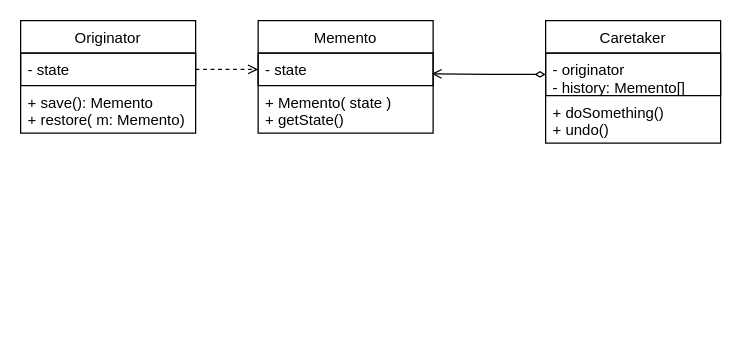
This is avada-media/Patterns/Behavioral/Memento/Memento.drawio from punkAnimeshnik/am-porten.github.io, a draw.io file, before an edit. Source tidied: cells renumbered, new cells numbered last; positions are measured from the earlier drawing's top-left corner, leaving out a move shared by most shapes. Both pictures are drawn from the tidied source at 125%, with x=0, y=0 at pixel (20, 20).
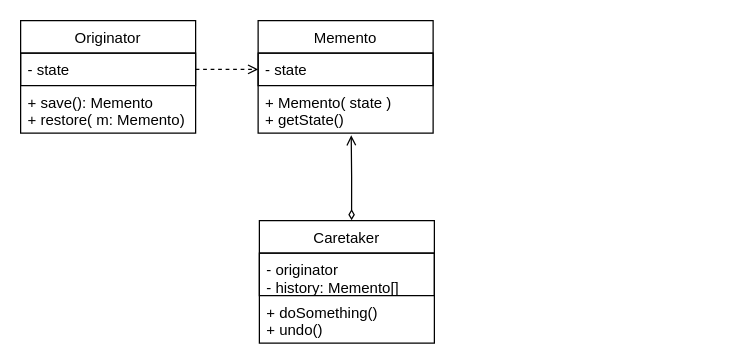
Above is the later version.

Change to the diagram source:
```diff
@@
 <mxGraphModel>
   <root>
     <mxCell id="0" />
     <mxCell id="1" parent="0" />
     <mxCell id="2" value="Originator" style="swimlane;fontStyle=0;horizontal=1;startSize=26;" parent="1" vertex="1">
       <mxGeometry width="140" height="90" as="geometry" />
     </mxCell>
     <mxCell id="3" value="- state" style="text;strokeColor=#000000;fillColor=none;align=left;verticalAlign=top;spacingLeft=4;spacingRight=4;overflow=hidden;points=[[0,0.5],[1,0.5]];portConstraint=eastwest;" parent="2" vertex="1">
       <mxGeometry y="26" width="140" height="26" as="geometry" />
     </mxCell>
     <mxCell id="4" value="+ save(): Memento&#10;+ restore( m: Memento)" style="text;strokeColor=none;fillColor=none;align=left;verticalAlign=top;spacingLeft=4;spacingRight=4;overflow=hidden;" parent="2" vertex="1">
       <mxGeometry y="52" width="140" height="38" as="geometry" />
     </mxCell>
     <mxCell id="5" value="Memento" style="swimlane;fontStyle=0;horizontal=1;startSize=26;" parent="1" vertex="1">
       <mxGeometry x="190" width="140" height="90" as="geometry" />
     </mxCell>
     <mxCell id="6" value="- state" style="text;strokeColor=#000000;fillColor=none;align=left;verticalAlign=top;spacingLeft=4;spacingRight=4;overflow=hidden;points=[[0,0.5],[1,0.5]];portConstraint=eastwest;" parent="5" vertex="1">
       <mxGeometry y="26" width="140" height="26" as="geometry" />
     </mxCell>
     <mxCell id="7" value="+ Memento( state )&#10;+ getState()" style="text;strokeColor=none;fillColor=none;align=left;verticalAlign=top;spacingLeft=4;spacingRight=4;overflow=hidden;points=[[0,0.5],[1,0.5]];portConstraint=eastwest;" parent="5" vertex="1">
       <mxGeometry y="52" width="140" height="38" as="geometry" />
     </mxCell>
     <mxCell id="8" value="Caretaker" style="swimlane;fontStyle=0;horizontal=1;startSize=26;" parent="1" vertex="1">
-      <mxGeometry x="420" width="140" height="98" as="geometry" />
+      <mxGeometry x="191" y="160" width="140" height="98" as="geometry" />
     </mxCell>
     <mxCell id="9" value="- originator&#10;- history: Memento[]&#10;" style="text;strokeColor=#000000;fillColor=none;align=left;verticalAlign=top;spacingLeft=4;spacingRight=4;overflow=hidden;points=[[0,0.5],[1,0.5]];portConstraint=eastwest;" parent="8" vertex="1">
       <mxGeometry y="26" width="140" height="34" as="geometry" />
     </mxCell>
     <mxCell id="10" value="+ doSomething()&#10;+ undo()" style="text;strokeColor=none;fillColor=none;align=left;verticalAlign=top;spacingLeft=4;spacingRight=4;overflow=hidden;" parent="8" vertex="1">
       <mxGeometry y="60" width="140" height="38" as="geometry" />
     </mxCell>
     <mxCell id="11" style="edgeStyle=orthogonalEdgeStyle;rounded=0;jettySize=auto;html=1;entryX=0;entryY=0.5;entryDx=0;entryDy=0;dashed=1;endArrow=open;endFill=0;" parent="1" edge="1" source="3" target="6">
       <mxGeometry relative="1" as="geometry" />
     </mxCell>
-    <mxCell id="12" style="edgeStyle=orthogonalEdgeStyle;rounded=0;jettySize=auto;html=1;endArrow=open;endFill=0;entryX=0.991;entryY=0.637;entryDx=0;entryDy=0;entryPerimeter=0;startArrow=diamondThin;startFill=0;" parent="1" edge="1" source="9" target="6">
-      <mxGeometry relative="1" as="geometry" />
+    <mxCell id="12" style="edgeStyle=orthogonalEdgeStyle;rounded=0;jettySize=auto;html=1;endArrow=open;endFill=0;entryX=0.532;entryY=1.044;entryDx=0;entryDy=0;entryPerimeter=0;startArrow=diamondThin;startFill=0;exitX=0.527;exitY=-0.003;exitDx=0;exitDy=0;exitPerimeter=0;" parent="1" edge="1" source="8" target="7">
+      <mxGeometry relative="1" as="geometry">
+        <Array as="points">
+          <mxPoint x="265" y="125" />
+          <mxPoint x="264" y="125" />
+        </Array>
+      </mxGeometry>
     </mxCell>
   </root>
 </mxGraphModel>
```
